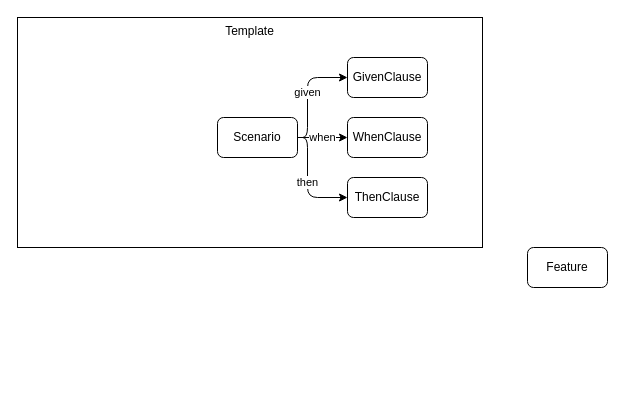
minhnh/drawio-diagrams keeps this draw.io diagram as bdd-concepts.drawio. Above is the earlier version. Source tidied: cells renumbered, new cells numbered last; positions are measured from the earlier drawing's top-left corner, leaving out a move shared by most shapes. Both pictures are drawn from the tidied source at 100%, with x=0, y=0 at pixel (17, 17).
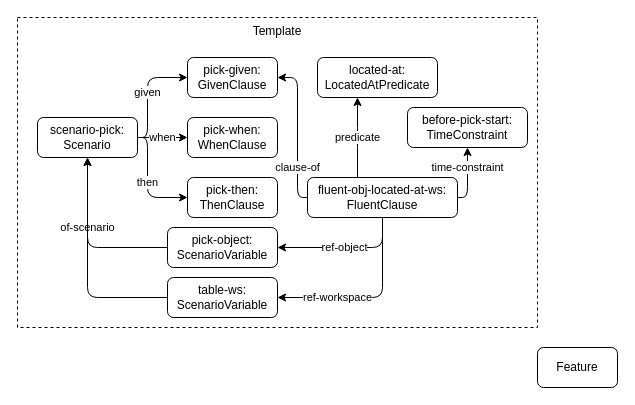
The same diagram, later.

Commit message:
add variable and fluent clause

Change to the diagram source:
```diff
@@
     <mxCell id="2" value="Feature" style="rounded=1;whiteSpace=wrap;html=1;" parent="1" vertex="1">
-      <mxGeometry x="510" y="230" width="80" height="40" as="geometry" />
+      <mxGeometry x="520" y="330" width="80" height="40" as="geometry" />
     </mxCell>
-    <mxCell id="3" value="Template" style="rounded=0;whiteSpace=wrap;html=1;verticalAlign=top;fillColor=none;" parent="1" vertex="1">
-      <mxGeometry width="465" height="230" as="geometry" />
+    <mxCell id="3" value="Template" style="rounded=0;whiteSpace=wrap;html=1;verticalAlign=top;fillColor=none;dashed=1;" parent="1" vertex="1">
+      <mxGeometry width="520" height="310" as="geometry" />
     </mxCell>
-    <mxCell id="4" value="Scenario" style="rounded=1;whiteSpace=wrap;html=1;" parent="3" vertex="1">
-      <mxGeometry x="200" y="100" width="80" height="40" as="geometry" />
+    <mxCell id="4" value="scenario-pick: Scenario" style="rounded=1;whiteSpace=wrap;html=1;" parent="3" vertex="1">
+      <mxGeometry x="20" y="100" width="100" height="40" as="geometry" />
     </mxCell>
-    <mxCell id="5" value="GivenClause" style="rounded=1;whiteSpace=wrap;html=1;" parent="3" vertex="1">
-      <mxGeometry x="330" y="40" width="80" height="40" as="geometry" />
+    <mxCell id="5" value="pick-given: GivenClause" style="rounded=1;whiteSpace=wrap;html=1;" parent="3" vertex="1">
+      <mxGeometry x="170" y="40" width="90" height="40" as="geometry" />
     </mxCell>
     <mxCell id="6" value="given" style="edgeStyle=orthogonalEdgeStyle;rounded=1;jettySize=auto;html=1;" parent="3" edge="1" source="4" target="5">
       <mxGeometry relative="1" as="geometry">
         <Array as="points">
-          <mxPoint x="290" y="120" />
-          <mxPoint x="290" y="60" />
+          <mxPoint x="130" y="120" />
+          <mxPoint x="130" y="60" />
         </Array>
       </mxGeometry>
     </mxCell>
-    <mxCell id="7" value="WhenClause" style="rounded=1;whiteSpace=wrap;html=1;" parent="3" vertex="1">
-      <mxGeometry x="330" y="100" width="80" height="40" as="geometry" />
+    <mxCell id="7" value="pick-when: WhenClause" style="rounded=1;whiteSpace=wrap;html=1;" parent="3" vertex="1">
+      <mxGeometry x="170" y="100" width="90" height="40" as="geometry" />
     </mxCell>
@@
-    <mxCell id="9" value="ThenClause" style="rounded=1;whiteSpace=wrap;html=1;" parent="3" vertex="1">
-      <mxGeometry x="330" y="160" width="80" height="40" as="geometry" />
+    <mxCell id="9" value="pick-then: ThenClause" style="rounded=1;whiteSpace=wrap;html=1;" parent="3" vertex="1">
+      <mxGeometry x="170" y="160" width="90" height="40" as="geometry" />
     </mxCell>
     <mxCell id="10" value="then" style="edgeStyle=orthogonalEdgeStyle;rounded=1;jettySize=auto;html=1;" parent="3" edge="1" source="4" target="9">
       <mxGeometry relative="1" as="geometry">
         <Array as="points">
-          <mxPoint x="290" y="120" />
-          <mxPoint x="290" y="180" />
+          <mxPoint x="130" y="120" />
+          <mxPoint x="130" y="180" />
         </Array>
       </mxGeometry>
     </mxCell>
+    <mxCell id="11" value="of-scenario" style="edgeStyle=orthogonalEdgeStyle;rounded=1;jettySize=auto;html=1;" parent="3" edge="1" source="12" target="4">
+      <mxGeometry x="0.18" relative="1" as="geometry" />
+    </mxCell>
+    <mxCell id="12" value="pick-object: ScenarioVariable" style="rounded=1;whiteSpace=wrap;html=1;" parent="3" vertex="1">
+      <mxGeometry x="150" y="210" width="110" height="40" as="geometry" />
+    </mxCell>
+    <mxCell id="13" value="ref-object" style="edgeStyle=orthogonalEdgeStyle;rounded=1;jettySize=auto;html=1;" parent="3" edge="1" source="18" target="12">
+      <mxGeometry relative="1" as="geometry">
+        <Array as="points">
+          <mxPoint x="365" y="230" />
+        </Array>
+      </mxGeometry>
+    </mxCell>
+    <mxCell id="14" value="ref-workspace" style="edgeStyle=orthogonalEdgeStyle;rounded=1;jettySize=auto;html=1;" parent="3" edge="1" source="18" target="20">
+      <mxGeometry x="0.35" relative="1" as="geometry">
+        <Array as="points">
+          <mxPoint x="365" y="280" />
+        </Array>
+      </mxGeometry>
+    </mxCell>
+    <mxCell id="15" value="clause-of" style="edgeStyle=orthogonalEdgeStyle;rounded=1;jettySize=auto;html=1;" parent="3" edge="1" source="18" target="5">
+      <mxGeometry x="-0.47" relative="1" as="geometry">
+        <Array as="points">
+          <mxPoint x="280" y="180" />
+          <mxPoint x="280" y="60" />
+        </Array>
+      </mxGeometry>
+    </mxCell>
+    <mxCell id="16" value="predicate" style="edgeStyle=orthogonalEdgeStyle;rounded=1;jettySize=auto;html=1;" parent="3" edge="1" source="18" target="21">
+      <mxGeometry relative="1" as="geometry">
+        <Array as="points">
+          <mxPoint x="340" y="120" />
+          <mxPoint x="340" y="120" />
+        </Array>
+      </mxGeometry>
+    </mxCell>
+    <mxCell id="17" value="time-constraint" style="edgeStyle=orthogonalEdgeStyle;rounded=1;jettySize=auto;html=1;" parent="3" edge="1" source="18" target="22">
+      <mxGeometry x="0.33" relative="1" as="geometry">
+        <Array as="points">
+          <mxPoint x="450" y="180" />
+        </Array>
+      </mxGeometry>
+    </mxCell>
+    <mxCell id="18" value="fluent-obj-located-at-ws: FluentClause" style="rounded=1;whiteSpace=wrap;html=1;" parent="3" vertex="1">
+      <mxGeometry x="290" y="160" width="150" height="40" as="geometry" />
+    </mxCell>
+    <mxCell id="19" style="edgeStyle=orthogonalEdgeStyle;rounded=1;jettySize=auto;html=1;" parent="3" edge="1" source="20" target="4">
+      <mxGeometry relative="1" as="geometry" />
+    </mxCell>
+    <mxCell id="20" value="table-ws: ScenarioVariable" style="rounded=1;whiteSpace=wrap;html=1;" parent="3" vertex="1">
+      <mxGeometry x="150" y="260" width="110" height="40" as="geometry" />
+    </mxCell>
+    <mxCell id="21" value="located-at: LocatedAtPredicate" style="rounded=1;whiteSpace=wrap;html=1;" parent="3" vertex="1">
+      <mxGeometry x="300" y="40" width="120" height="40" as="geometry" />
+    </mxCell>
+    <mxCell id="22" value="before-pick-start: TimeConstraint" style="rounded=1;whiteSpace=wrap;html=1;" parent="3" vertex="1">
+      <mxGeometry x="390" y="90" width="120" height="40" as="geometry" />
+    </mxCell>
```
